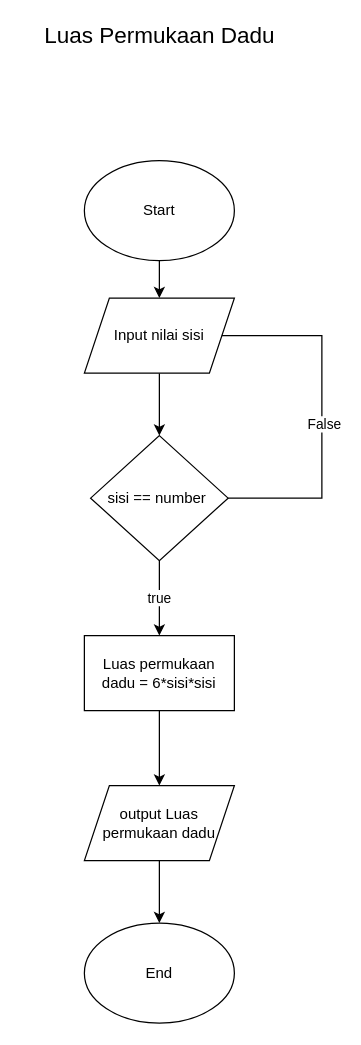
Earlier version of the draw.io diagram luas dadu.drawio (rintosaputro/fw5-algoritma). Source tidied: cells renumbered, new cells numbered last; positions are measured from the earlier drawing's top-left corner, leaving out a move shared by most shapes. Both pictures are drawn from the tidied source at 125%, with x=0, y=0 at pixel (34, 22).
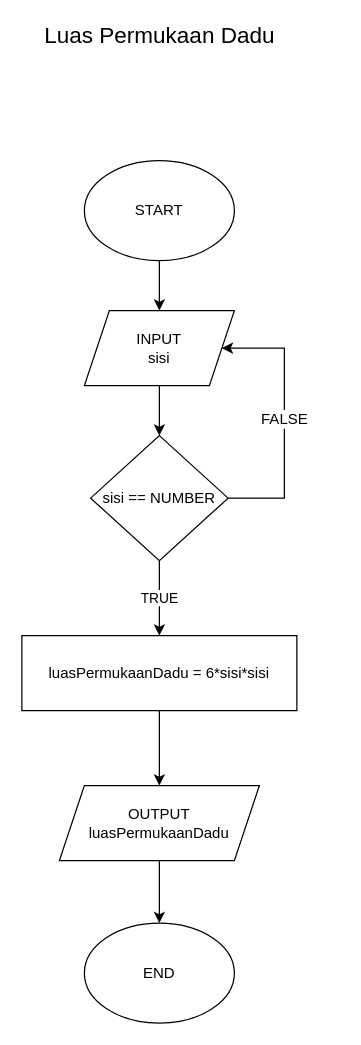
The same page after the edit.

Diff of the diagram source:
```diff
@@
 <mxGraphModel>
   <root>
     <mxCell id="0" />
     <mxCell id="1" parent="0" />
     <mxCell id="2" style="edgeStyle=orthogonalEdgeStyle;rounded=0;jettySize=auto;html=1;" parent="1" edge="1" source="3" target="5">
       <mxGeometry relative="1" as="geometry" />
     </mxCell>
-    <mxCell id="3" value="Start" style="ellipse;whiteSpace=wrap;html=1;" parent="1" vertex="1">
+    <mxCell id="3" value="START" style="ellipse;whiteSpace=wrap;html=1;" parent="1" vertex="1">
       <mxGeometry x="40" y="110" width="120" height="80" as="geometry" />
     </mxCell>
     <mxCell id="4" style="edgeStyle=orthogonalEdgeStyle;rounded=0;jettySize=auto;html=1;" parent="1" edge="1" source="5" target="7">
       <mxGeometry relative="1" as="geometry" />
     </mxCell>
-    <mxCell id="5" value="Input nilai sisi" style="shape=parallelogram;perimeter=parallelogramPerimeter;whiteSpace=wrap;html=1;fixedSize=1;" parent="1" vertex="1">
-      <mxGeometry x="40" y="220" width="120" height="60" as="geometry" />
+    <mxCell id="5" value="INPUT&lt;br&gt;sisi" style="shape=parallelogram;perimeter=parallelogramPerimeter;whiteSpace=wrap;html=1;fixedSize=1;" parent="1" vertex="1">
+      <mxGeometry x="40" y="230" width="120" height="60" as="geometry" />
     </mxCell>
-    <mxCell id="6" value="true" style="edgeStyle=orthogonalEdgeStyle;rounded=0;jettySize=auto;html=1;" parent="1" edge="1" source="7" target="11">
+    <mxCell id="6" value="TRUE" style="edgeStyle=orthogonalEdgeStyle;rounded=0;jettySize=auto;html=1;" parent="1" edge="1" source="7" target="11">
       <mxGeometry relative="1" as="geometry" />
     </mxCell>
+    <mxCell id="8" value="FALSE" style="edgeStyle=orthogonalEdgeStyle;rounded=0;jettySize=auto;html=1;fontSize=12;entryX=1;entryY=0.5;entryDx=0;entryDy=0;exitX=1;exitY=0.5;exitDx=0;exitDy=0;" parent="1" edge="1" source="7" target="5">
+      <mxGeometry relative="1" as="geometry">
+        <Array as="points">
+          <mxPoint x="200" y="380" />
+          <mxPoint x="200" y="260" />
+        </Array>
+      </mxGeometry>
+    </mxCell>
-    <mxCell id="7" value="sisi == number&amp;nbsp;" style="rhombus;whiteSpace=wrap;html=1;" parent="1" vertex="1">
+    <mxCell id="7" value="sisi == NUMBER" style="rhombus;whiteSpace=wrap;html=1;" parent="1" vertex="1">
       <mxGeometry x="45" y="330" width="110" height="100" as="geometry" />
     </mxCell>
-    <mxCell id="8" style="endArrow=none;html=1;rounded=0;exitX=1;exitY=0.5;exitDx=0;exitDy=0;" parent="1" edge="1" source="7" target="5">
-      <mxGeometry relative="1" as="geometry">
-        <Array as="points">
-          <mxPoint x="230" y="380" />
-          <mxPoint x="230" y="320" />
-          <mxPoint x="230" y="250" />
-        </Array>
-      </mxGeometry>
-    </mxCell>
-    <mxCell id="9" value="False" style="edgeLabel;html=1;align=center;verticalAlign=middle;" parent="8" vertex="1">
-      <mxGeometry x="0.15" y="-1" relative="1" as="geometry">
-        <mxPoint y="29" as="offset" />
-      </mxGeometry>
-    </mxCell>
     <mxCell id="10" style="edgeStyle=orthogonalEdgeStyle;rounded=0;jettySize=auto;html=1;" parent="1" edge="1" source="11" target="13">
       <mxGeometry relative="1" as="geometry" />
     </mxCell>
-    <mxCell id="11" value="Luas permukaan dadu = 6*sisi*sisi" style="rounded=0;whiteSpace=wrap;html=1;" parent="1" vertex="1">
-      <mxGeometry x="40" y="490" width="120" height="60" as="geometry" />
+    <mxCell id="11" value="luasPermukaanDadu = 6*sisi*sisi" style="rounded=0;whiteSpace=wrap;html=1;" parent="1" vertex="1">
+      <mxGeometry x="-10" y="490" width="220" height="60" as="geometry" />
     </mxCell>
     <mxCell id="12" style="edgeStyle=orthogonalEdgeStyle;rounded=0;jettySize=auto;html=1;" parent="1" edge="1" source="13" target="14">
       <mxGeometry relative="1" as="geometry" />
     </mxCell>
-    <mxCell id="13" value="output Luas permukaan dadu" style="shape=parallelogram;perimeter=parallelogramPerimeter;whiteSpace=wrap;html=1;fixedSize=1;" parent="1" vertex="1">
-      <mxGeometry x="40" y="610" width="120" height="60" as="geometry" />
+    <mxCell id="13" value="OUTPUT&lt;br&gt;luasPermukaanDadu" style="shape=parallelogram;perimeter=parallelogramPerimeter;whiteSpace=wrap;html=1;fixedSize=1;" parent="1" vertex="1">
+      <mxGeometry x="20" y="610" width="160" height="60" as="geometry" />
     </mxCell>
-    <mxCell id="14" value="End" style="ellipse;whiteSpace=wrap;html=1;" parent="1" vertex="1">
+    <mxCell id="14" value="END" style="ellipse;whiteSpace=wrap;html=1;" parent="1" vertex="1">
       <mxGeometry x="40" y="720" width="120" height="80" as="geometry" />
     </mxCell>
     <mxCell id="15" value="&lt;font style=&quot;font-size: 18px&quot;&gt;Luas Permukaan Dadu&lt;/font&gt;" style="text;html=1;align=center;verticalAlign=middle;strokeColor=none;fillColor=none;" parent="1" vertex="1">
       <mxGeometry width="200" height="20" as="geometry" />
     </mxCell>
   </root>
 </mxGraphModel>
```
